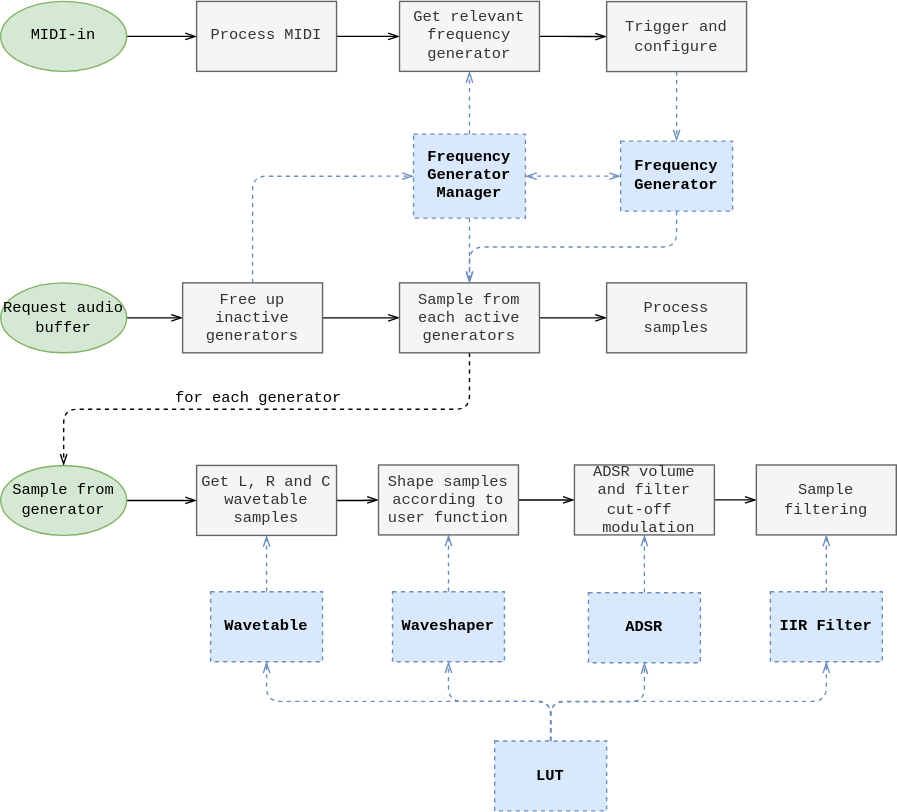
This is system design/high level.svg from marcorad/skripsie, a draw.io export, as it was before one commit. Source tidied: cells renumbered, new cells last; positions are measured from the earlier drawing's top-left corner, leaving out a move shared by most shapes.
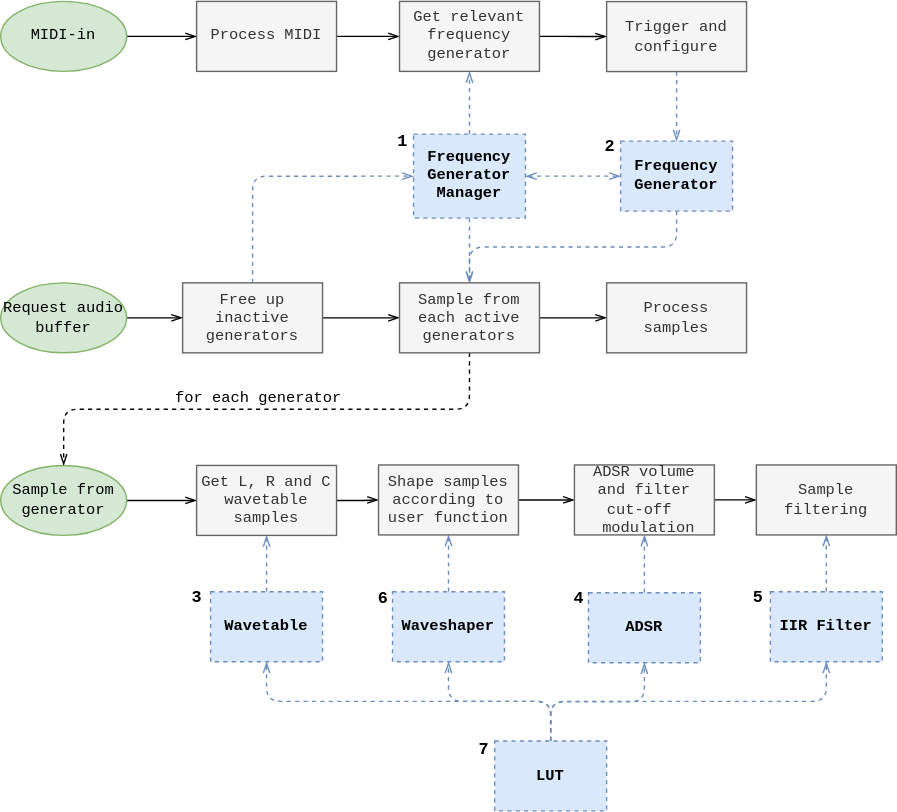
The same diagram one commit later.

What changed in the source:
```diff
@@ -140,5 +140,26 @@
     <mxCell id="47" value="for each generator" style="text;html=1;align=center;verticalAlign=middle;fontSize=11;fontFamily=Courier New;" parent="1" vertex="1">
       <mxGeometry x="119" y="274" width="130" height="20" as="geometry" />
     </mxCell>
+    <mxCell id="48" value="1" style="text;html=1;align=center;verticalAlign=middle;fontFamily=Courier New;fontStyle=1;" parent="1" vertex="1">
+      <mxGeometry x="277" y="91" width="20" height="20" as="geometry" />
+    </mxCell>
+    <mxCell id="49" value="2" style="text;html=1;align=center;verticalAlign=middle;fontFamily=Courier New;fontStyle=1;" parent="1" vertex="1">
+      <mxGeometry x="425" y="95" width="20" height="20" as="geometry" />
+    </mxCell>
+    <mxCell id="50" value="3" style="text;html=1;align=center;verticalAlign=middle;fontFamily=Courier New;fontStyle=1;" parent="1" vertex="1">
+      <mxGeometry x="130" y="417" width="20" height="20" as="geometry" />
+    </mxCell>
+    <mxCell id="51" value="4" style="text;html=1;align=center;verticalAlign=middle;fontFamily=Courier New;fontStyle=1;" parent="1" vertex="1">
+      <mxGeometry x="403" y="418" width="20" height="20" as="geometry" />
+    </mxCell>
+    <mxCell id="52" value="5" style="text;html=1;align=center;verticalAlign=middle;fontFamily=Courier New;fontStyle=1;" parent="1" vertex="1">
+      <mxGeometry x="531" y="417" width="20" height="20" as="geometry" />
+    </mxCell>
+    <mxCell id="53" value="6" style="text;html=1;align=center;verticalAlign=middle;fontFamily=Courier New;fontStyle=1;" parent="1" vertex="1">
+      <mxGeometry x="263" y="418" width="20" height="20" as="geometry" />
+    </mxCell>
+    <mxCell id="54" value="7" style="text;html=1;align=center;verticalAlign=middle;fontFamily=Courier New;fontStyle=1;" parent="1" vertex="1">
+      <mxGeometry x="335" y="526" width="20" height="20" as="geometry" />
+    </mxCell>
   </root>
 </mxGraphModel>
```
